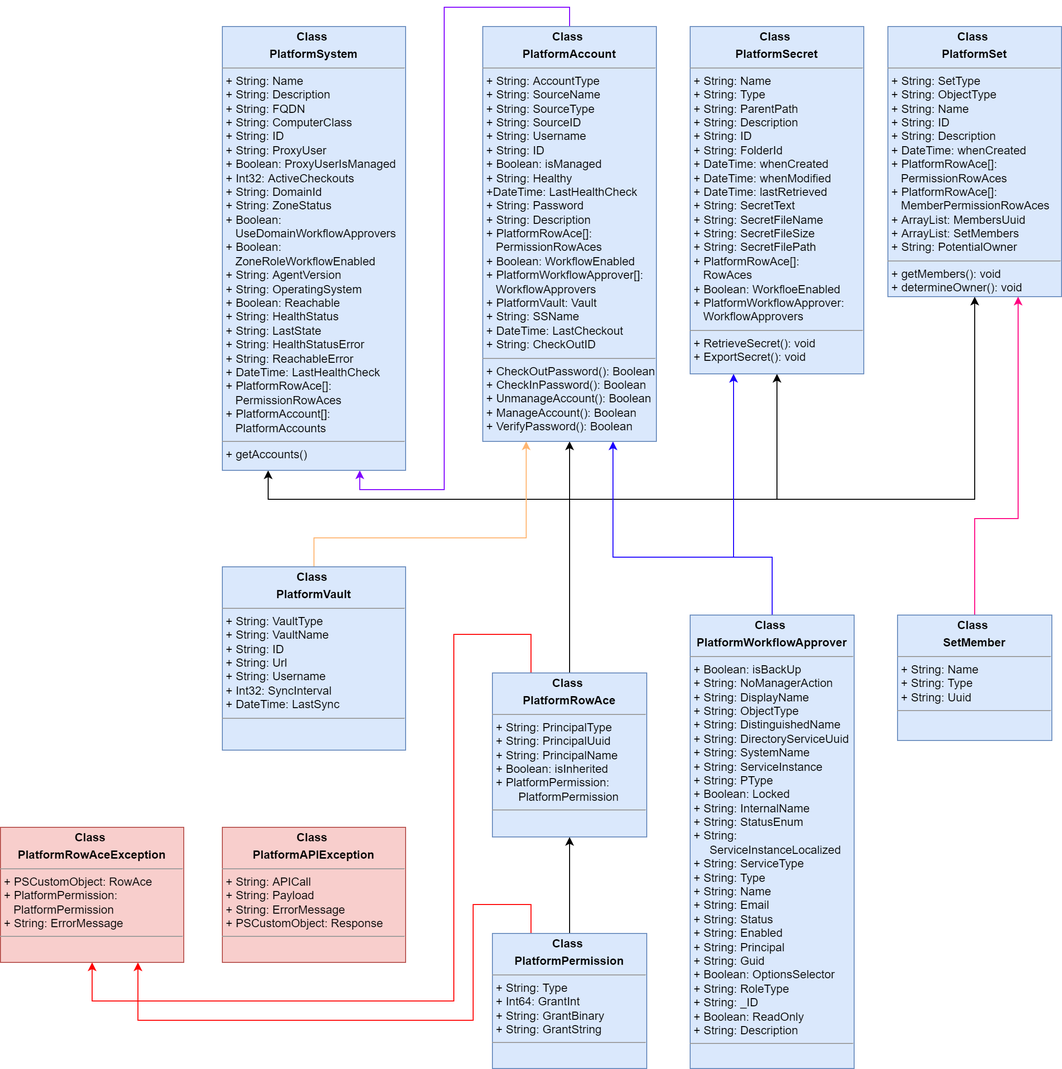
Above: PlatformPlusUML.png in dnlrv/PlatformPlus (draw.io), before the change. Source tidied: cells renumbered, new cells last; positions are measured from the earlier drawing's top-left corner, leaving out a move shared by most shapes.
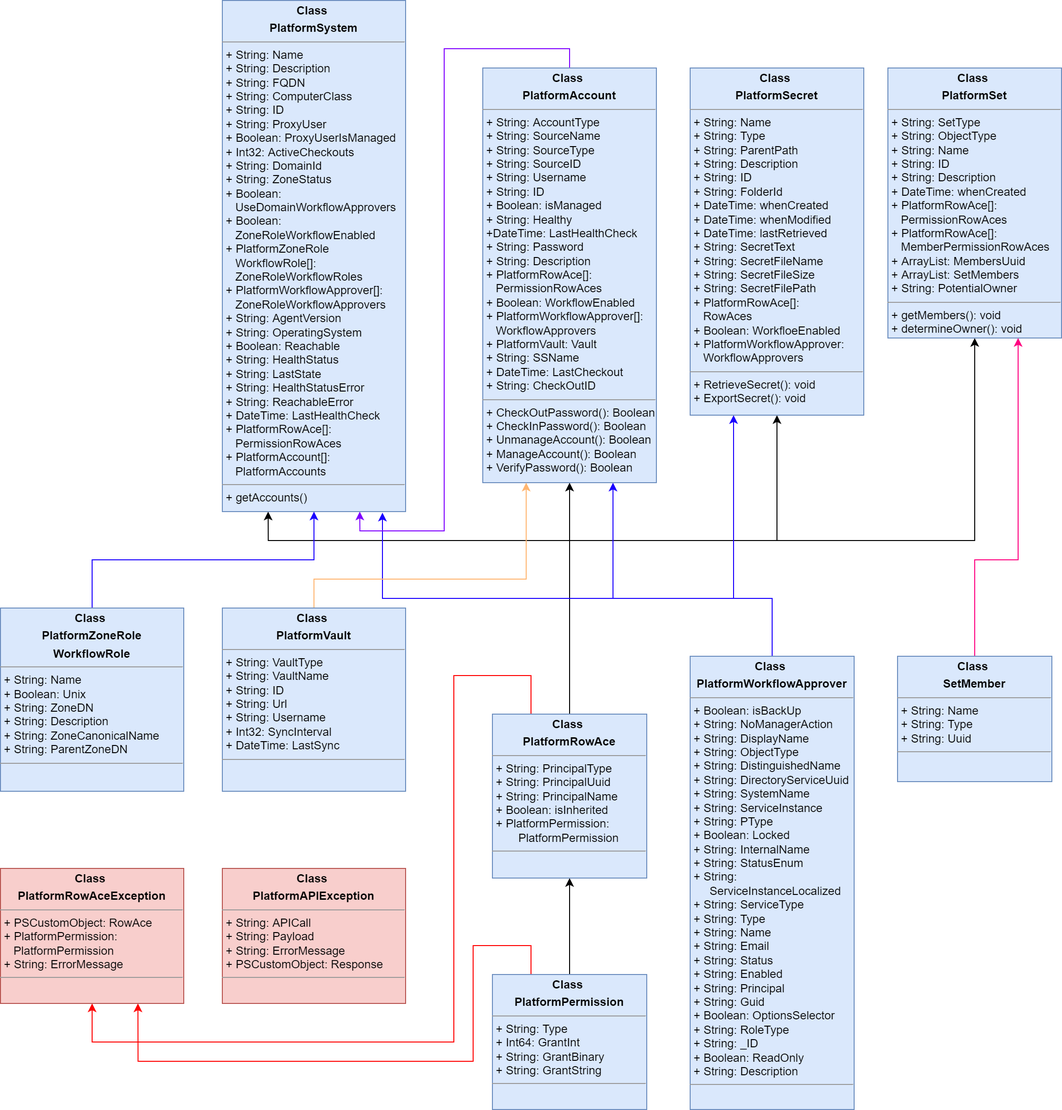
After the commit.

Commit message:
Added PlatformZoneRoleWorkflowRole class extended PlatformSystem class

Change to the diagram source:
```diff
@@ -74,6 +74,14 @@
         </Array>
       </mxGeometry>
     </mxCell>
+    <mxCell id="25" style="edgeStyle=orthogonalEdgeStyle;rounded=0;jettySize=auto;html=1;entryX=0.879;entryY=1.002;entryDx=0;entryDy=0;entryPerimeter=0;strokeColor=#1900FF;" parent="1" edge="1" source="13" target="22">
+      <mxGeometry relative="1" as="geometry">
+        <Array as="points">
+          <mxPoint x="800" y="570" />
+          <mxPoint x="396" y="570" />
+        </Array>
+      </mxGeometry>
+    </mxCell>
     <mxCell id="13" value="&lt;p style=&quot;margin: 0px ; margin-top: 4px ; text-align: center&quot;&gt;&lt;b&gt;Class&amp;nbsp;&lt;/b&gt;&lt;/p&gt;&lt;p style=&quot;margin: 0px ; margin-top: 4px ; text-align: center&quot;&gt;&lt;b&gt;PlatformWorkflowApprover&lt;/b&gt;&lt;/p&gt;&lt;hr size=&quot;1&quot;&gt;&lt;p style=&quot;margin: 0px ; margin-left: 4px&quot;&gt;+ Boolean: isBackUp&lt;br&gt;&lt;/p&gt;&lt;p style=&quot;margin: 0px ; margin-left: 4px&quot;&gt;+ String: NoManagerAction&lt;/p&gt;&lt;p style=&quot;margin: 0px ; margin-left: 4px&quot;&gt;+ String: DisplayName&lt;/p&gt;&lt;p style=&quot;margin: 0px ; margin-left: 4px&quot;&gt;+ String: ObjectType&lt;/p&gt;&lt;p style=&quot;margin: 0px ; margin-left: 4px&quot;&gt;+ String: DistinguishedName&lt;/p&gt;&lt;p style=&quot;margin: 0px ; margin-left: 4px&quot;&gt;+ String: DirectoryServiceUuid&lt;/p&gt;&lt;p style=&quot;margin: 0px ; margin-left: 4px&quot;&gt;+ String: SystemName&lt;/p&gt;&lt;p style=&quot;margin: 0px ; margin-left: 4px&quot;&gt;+ String: ServiceInstance&lt;/p&gt;&lt;p style=&quot;margin: 0px ; margin-left: 4px&quot;&gt;+ String: PType&lt;/p&gt;&lt;p style=&quot;margin: 0px ; margin-left: 4px&quot;&gt;+ Boolean: Locked&lt;/p&gt;&lt;p style=&quot;margin: 0px ; margin-left: 4px&quot;&gt;+ String: InternalName&lt;/p&gt;&lt;p style=&quot;margin: 0px ; margin-left: 4px&quot;&gt;+ String: StatusEnum&lt;/p&gt;&lt;p style=&quot;margin: 0px ; margin-left: 4px&quot;&gt;+ String:&amp;nbsp;&lt;/p&gt;&lt;p style=&quot;margin: 0px ; margin-left: 4px&quot;&gt;&amp;nbsp; &amp;nbsp; &amp;nbsp;ServiceInstanceLocalized&lt;/p&gt;&lt;p style=&quot;margin: 0px ; margin-left: 4px&quot;&gt;+ String: ServiceType&lt;/p&gt;&lt;p style=&quot;margin: 0px ; margin-left: 4px&quot;&gt;+ String: Type&lt;/p&gt;&lt;p style=&quot;margin: 0px ; margin-left: 4px&quot;&gt;+ String: Name&lt;/p&gt;&lt;p style=&quot;margin: 0px ; margin-left: 4px&quot;&gt;+ String: Email&lt;/p&gt;&lt;p style=&quot;margin: 0px ; margin-left: 4px&quot;&gt;+ String: Status&lt;/p&gt;&lt;p style=&quot;margin: 0px ; margin-left: 4px&quot;&gt;+ String: Enabled&lt;/p&gt;&lt;p style=&quot;margin: 0px ; margin-left: 4px&quot;&gt;+ String: Principal&lt;/p&gt;&lt;p style=&quot;margin: 0px ; margin-left: 4px&quot;&gt;+ String: Guid&lt;/p&gt;&lt;p style=&quot;margin: 0px ; margin-left: 4px&quot;&gt;+ Boolean: OptionsSelector&lt;/p&gt;&lt;p style=&quot;margin: 0px ; margin-left: 4px&quot;&gt;+ String: RoleType&lt;/p&gt;&lt;p style=&quot;margin: 0px ; margin-left: 4px&quot;&gt;+ String: _ID&lt;/p&gt;&lt;p style=&quot;margin: 0px ; margin-left: 4px&quot;&gt;+ Boolean: ReadOnly&lt;/p&gt;&lt;p style=&quot;margin: 0px ; margin-left: 4px&quot;&gt;+ String: Description&lt;/p&gt;&lt;hr size=&quot;1&quot;&gt;&lt;p style=&quot;margin: 0px ; margin-left: 4px&quot;&gt;&lt;br&gt;&lt;/p&gt;" style="verticalAlign=top;align=left;overflow=fill;fontSize=12;fontFamily=Helvetica;html=1;fillColor=#dae8fc;strokeColor=#6c8ebf;" parent="1" vertex="1">
       <mxGeometry x="715" y="630" width="170" height="470" as="geometry" />
     </mxCell>
@@ -118,8 +126,8 @@
     <mxCell id="21" value="&lt;p style=&quot;margin: 0px ; margin-top: 4px ; text-align: center&quot;&gt;&lt;b&gt;Class&amp;nbsp;&lt;/b&gt;&lt;/p&gt;&lt;p style=&quot;margin: 0px ; margin-top: 4px ; text-align: center&quot;&gt;&lt;b&gt;PlatformVault&lt;/b&gt;&lt;/p&gt;&lt;hr size=&quot;1&quot;&gt;&lt;p style=&quot;margin: 0px ; margin-left: 4px&quot;&gt;+ String: VaultType&lt;/p&gt;&lt;p style=&quot;margin: 0px ; margin-left: 4px&quot;&gt;+ String: VaultName&lt;/p&gt;&lt;p style=&quot;margin: 0px ; margin-left: 4px&quot;&gt;+ String: ID&lt;/p&gt;&lt;p style=&quot;margin: 0px ; margin-left: 4px&quot;&gt;+ String: Url&lt;/p&gt;&lt;p style=&quot;margin: 0px ; margin-left: 4px&quot;&gt;+ String: Username&lt;/p&gt;&lt;p style=&quot;margin: 0px ; margin-left: 4px&quot;&gt;+ Int32: SyncInterval&lt;/p&gt;&lt;p style=&quot;margin: 0px ; margin-left: 4px&quot;&gt;+ DateTime: LastSync&lt;/p&gt;&lt;hr size=&quot;1&quot;&gt;&lt;p style=&quot;margin: 0px ; margin-left: 4px&quot;&gt;&lt;br&gt;&lt;/p&gt;" style="verticalAlign=top;align=left;overflow=fill;fontSize=12;fontFamily=Helvetica;html=1;fillColor=#dae8fc;strokeColor=#6c8ebf;" parent="1" vertex="1">
       <mxGeometry x="230" y="580" width="190" height="190" as="geometry" />
     </mxCell>
-    <mxCell id="22" value="&lt;p style=&quot;margin: 0px ; margin-top: 4px ; text-align: center&quot;&gt;&lt;b&gt;Class&amp;nbsp;&lt;/b&gt;&lt;/p&gt;&lt;p style=&quot;margin: 0px ; margin-top: 4px ; text-align: center&quot;&gt;&lt;b&gt;PlatformSystem&lt;/b&gt;&lt;/p&gt;&lt;hr size=&quot;1&quot;&gt;&lt;p style=&quot;margin: 0px ; margin-left: 4px&quot;&gt;+ String: Name&lt;br&gt;&lt;/p&gt;&lt;p style=&quot;margin: 0px ; margin-left: 4px&quot;&gt;+ String: Description&lt;/p&gt;&lt;p style=&quot;margin: 0px ; margin-left: 4px&quot;&gt;+ String: FQDN&lt;/p&gt;&lt;p style=&quot;margin: 0px ; margin-left: 4px&quot;&gt;+ String: ComputerClass&lt;/p&gt;&lt;p style=&quot;margin: 0px ; margin-left: 4px&quot;&gt;+ String: ID&lt;/p&gt;&lt;p style=&quot;margin: 0px ; margin-left: 4px&quot;&gt;+ String: ProxyUser&lt;/p&gt;&lt;p style=&quot;margin: 0px ; margin-left: 4px&quot;&gt;+ Boolean: ProxyUserIsManaged&lt;/p&gt;&lt;p style=&quot;margin: 0px ; margin-left: 4px&quot;&gt;+ Int32: ActiveCheckouts&lt;/p&gt;&lt;p style=&quot;margin: 0px ; margin-left: 4px&quot;&gt;+ String: DomainId&lt;/p&gt;&lt;p style=&quot;margin: 0px ; margin-left: 4px&quot;&gt;+ String: ZoneStatus&lt;/p&gt;&lt;p style=&quot;margin: 0px ; margin-left: 4px&quot;&gt;+ Boolean:&amp;nbsp;&lt;/p&gt;&lt;p style=&quot;margin: 0px ; margin-left: 4px&quot;&gt;&amp;nbsp; &amp;nbsp;UseDomainWorkflowApprovers&lt;/p&gt;&lt;p style=&quot;margin: 0px ; margin-left: 4px&quot;&gt;+ Boolean:&lt;/p&gt;&lt;p style=&quot;margin: 0px ; margin-left: 4px&quot;&gt;&amp;nbsp; &amp;nbsp;ZoneRoleWorkflowEnabled&lt;/p&gt;&lt;p style=&quot;margin: 0px ; margin-left: 4px&quot;&gt;+ String: AgentVersion&lt;/p&gt;&lt;p style=&quot;margin: 0px ; margin-left: 4px&quot;&gt;+ String: OperatingSystem&lt;/p&gt;&lt;p style=&quot;margin: 0px ; margin-left: 4px&quot;&gt;+ Boolean: Reachable&lt;/p&gt;&lt;p style=&quot;margin: 0px ; margin-left: 4px&quot;&gt;+ String: HealthStatus&lt;/p&gt;&lt;p style=&quot;margin: 0px ; margin-left: 4px&quot;&gt;+ String: LastState&lt;/p&gt;&lt;p style=&quot;margin: 0px ; margin-left: 4px&quot;&gt;+ String: HealthStatusError&lt;/p&gt;&lt;p style=&quot;margin: 0px ; margin-left: 4px&quot;&gt;+ String: ReachableError&lt;/p&gt;&lt;p style=&quot;margin: 0px ; margin-left: 4px&quot;&gt;+ DateTime: LastHealthCheck&lt;/p&gt;&lt;p style=&quot;margin: 0px ; margin-left: 4px&quot;&gt;+ PlatformRowAce[]:&amp;nbsp;&lt;/p&gt;&lt;p style=&quot;margin: 0px ; margin-left: 4px&quot;&gt;&amp;nbsp; &amp;nbsp;PermissionRowAces&lt;/p&gt;&lt;p style=&quot;margin: 0px ; margin-left: 4px&quot;&gt;+ PlatformAccount[]:&lt;/p&gt;&lt;p style=&quot;margin: 0px ; margin-left: 4px&quot;&gt;&amp;nbsp; &amp;nbsp;PlatformAccounts&lt;/p&gt;&lt;hr size=&quot;1&quot;&gt;&lt;p style=&quot;margin: 0px ; margin-left: 4px&quot;&gt;+ getAccounts()&lt;/p&gt;" style="verticalAlign=top;align=left;overflow=fill;fontSize=12;fontFamily=Helvetica;html=1;fillColor=#dae8fc;strokeColor=#6c8ebf;" parent="1" vertex="1">
-      <mxGeometry x="230" y="20" width="190" height="460" as="geometry" />
+    <mxCell id="22" value="&lt;p style=&quot;margin: 0px ; margin-top: 4px ; text-align: center&quot;&gt;&lt;b&gt;Class&amp;nbsp;&lt;/b&gt;&lt;/p&gt;&lt;p style=&quot;margin: 0px ; margin-top: 4px ; text-align: center&quot;&gt;&lt;b&gt;PlatformSystem&lt;/b&gt;&lt;/p&gt;&lt;hr size=&quot;1&quot;&gt;&lt;p style=&quot;margin: 0px ; margin-left: 4px&quot;&gt;+ String: Name&lt;br&gt;&lt;/p&gt;&lt;p style=&quot;margin: 0px ; margin-left: 4px&quot;&gt;+ String: Description&lt;/p&gt;&lt;p style=&quot;margin: 0px ; margin-left: 4px&quot;&gt;+ String: FQDN&lt;/p&gt;&lt;p style=&quot;margin: 0px ; margin-left: 4px&quot;&gt;+ String: ComputerClass&lt;/p&gt;&lt;p style=&quot;margin: 0px ; margin-left: 4px&quot;&gt;+ String: ID&lt;/p&gt;&lt;p style=&quot;margin: 0px ; margin-left: 4px&quot;&gt;+ String: ProxyUser&lt;/p&gt;&lt;p style=&quot;margin: 0px ; margin-left: 4px&quot;&gt;+ Boolean: ProxyUserIsManaged&lt;/p&gt;&lt;p style=&quot;margin: 0px ; margin-left: 4px&quot;&gt;+ Int32: ActiveCheckouts&lt;/p&gt;&lt;p style=&quot;margin: 0px ; margin-left: 4px&quot;&gt;+ String: DomainId&lt;/p&gt;&lt;p style=&quot;margin: 0px ; margin-left: 4px&quot;&gt;+ String: ZoneStatus&lt;/p&gt;&lt;p style=&quot;margin: 0px ; margin-left: 4px&quot;&gt;+ Boolean:&amp;nbsp;&lt;/p&gt;&lt;p style=&quot;margin: 0px ; margin-left: 4px&quot;&gt;&amp;nbsp; &amp;nbsp;UseDomainWorkflowApprovers&lt;/p&gt;&lt;p style=&quot;margin: 0px ; margin-left: 4px&quot;&gt;+ Boolean:&lt;/p&gt;&lt;p style=&quot;margin: 0px ; margin-left: 4px&quot;&gt;&amp;nbsp; &amp;nbsp;ZoneRoleWorkflowEnabled&lt;/p&gt;&lt;p style=&quot;margin: 0px ; margin-left: 4px&quot;&gt;+ PlatformZoneRole&lt;/p&gt;&lt;p style=&quot;margin: 0px ; margin-left: 4px&quot;&gt;&amp;nbsp; &amp;nbsp;WorkflowRole[]:&lt;/p&gt;&lt;p style=&quot;margin: 0px ; margin-left: 4px&quot;&gt;&amp;nbsp; &amp;nbsp;ZoneRoleWorkflowRoles&lt;/p&gt;&lt;p style=&quot;margin: 0px ; margin-left: 4px&quot;&gt;+ PlatformWorkflowApprover[]:&lt;/p&gt;&lt;p style=&quot;margin: 0px ; margin-left: 4px&quot;&gt;&amp;nbsp; &amp;nbsp;ZoneRoleWorkflowApprovers&lt;/p&gt;&lt;p style=&quot;margin: 0px ; margin-left: 4px&quot;&gt;+ String: AgentVersion&lt;/p&gt;&lt;p style=&quot;margin: 0px ; margin-left: 4px&quot;&gt;+ String: OperatingSystem&lt;/p&gt;&lt;p style=&quot;margin: 0px ; margin-left: 4px&quot;&gt;+ Boolean: Reachable&lt;/p&gt;&lt;p style=&quot;margin: 0px ; margin-left: 4px&quot;&gt;+ String: HealthStatus&lt;/p&gt;&lt;p style=&quot;margin: 0px ; margin-left: 4px&quot;&gt;+ String: LastState&lt;/p&gt;&lt;p style=&quot;margin: 0px ; margin-left: 4px&quot;&gt;+ String: HealthStatusError&lt;/p&gt;&lt;p style=&quot;margin: 0px ; margin-left: 4px&quot;&gt;+ String: ReachableError&lt;/p&gt;&lt;p style=&quot;margin: 0px ; margin-left: 4px&quot;&gt;+ DateTime: LastHealthCheck&lt;/p&gt;&lt;p style=&quot;margin: 0px ; margin-left: 4px&quot;&gt;+ PlatformRowAce[]:&amp;nbsp;&lt;/p&gt;&lt;p style=&quot;margin: 0px ; margin-left: 4px&quot;&gt;&amp;nbsp; &amp;nbsp;PermissionRowAces&lt;/p&gt;&lt;p style=&quot;margin: 0px ; margin-left: 4px&quot;&gt;+ PlatformAccount[]:&lt;/p&gt;&lt;p style=&quot;margin: 0px ; margin-left: 4px&quot;&gt;&amp;nbsp; &amp;nbsp;PlatformAccounts&lt;/p&gt;&lt;hr size=&quot;1&quot;&gt;&lt;p style=&quot;margin: 0px ; margin-left: 4px&quot;&gt;+ getAccounts()&lt;/p&gt;" style="verticalAlign=top;align=left;overflow=fill;fontSize=12;fontFamily=Helvetica;html=1;fillColor=#dae8fc;strokeColor=#6c8ebf;" parent="1" vertex="1">
+      <mxGeometry x="230" y="-50" width="190" height="530" as="geometry" />
     </mxCell>
     <mxCell id="23" value="&lt;p style=&quot;margin: 0px ; margin-top: 4px ; text-align: center&quot;&gt;&lt;b&gt;Class&amp;nbsp;&lt;/b&gt;&lt;/p&gt;&lt;p style=&quot;margin: 0px ; margin-top: 4px ; text-align: center&quot;&gt;&lt;b&gt;PlatformRowAceException&lt;/b&gt;&lt;/p&gt;&lt;hr size=&quot;1&quot;&gt;&lt;p style=&quot;margin: 0px ; margin-left: 4px&quot;&gt;+ PSCustomObject: RowAce&lt;/p&gt;&lt;p style=&quot;margin: 0px ; margin-left: 4px&quot;&gt;+ PlatformPermission:&lt;/p&gt;&lt;p style=&quot;margin: 0px ; margin-left: 4px&quot;&gt;&amp;nbsp; &amp;nbsp;PlatformPermission&lt;/p&gt;&lt;p style=&quot;margin: 0px ; margin-left: 4px&quot;&gt;+ String: ErrorMessage&lt;/p&gt;&lt;hr size=&quot;1&quot;&gt;&lt;p style=&quot;margin: 0px ; margin-left: 4px&quot;&gt;&lt;br&gt;&lt;/p&gt;" style="verticalAlign=top;align=left;overflow=fill;fontSize=12;fontFamily=Helvetica;html=1;fillColor=#f8cecc;strokeColor=#b85450;" parent="1" vertex="1">
       <mxGeometry y="850" width="190" height="140" as="geometry" />
@@ -127,5 +135,16 @@
     <mxCell id="24" value="&lt;p style=&quot;margin: 0px ; margin-top: 4px ; text-align: center&quot;&gt;&lt;b&gt;Class&amp;nbsp;&lt;/b&gt;&lt;/p&gt;&lt;p style=&quot;margin: 0px ; margin-top: 4px ; text-align: center&quot;&gt;&lt;b&gt;PlatformAPIException&lt;/b&gt;&lt;/p&gt;&lt;hr size=&quot;1&quot;&gt;&lt;p style=&quot;margin: 0px ; margin-left: 4px&quot;&gt;+ String: APICall&lt;br&gt;&lt;/p&gt;&lt;p style=&quot;margin: 0px ; margin-left: 4px&quot;&gt;+ String: Payload&lt;/p&gt;&lt;p style=&quot;margin: 0px ; margin-left: 4px&quot;&gt;+ String: ErrorMessage&lt;/p&gt;&lt;p style=&quot;margin: 0px ; margin-left: 4px&quot;&gt;+ PSCustomObject: Response&lt;/p&gt;&lt;hr size=&quot;1&quot;&gt;&lt;p style=&quot;margin: 0px ; margin-left: 4px&quot;&gt;&lt;br&gt;&lt;/p&gt;" style="verticalAlign=top;align=left;overflow=fill;fontSize=12;fontFamily=Helvetica;html=1;fillColor=#f8cecc;strokeColor=#b85450;" parent="1" vertex="1">
       <mxGeometry x="230" y="850" width="190" height="140" as="geometry" />
     </mxCell>
+    <mxCell id="26" style="edgeStyle=orthogonalEdgeStyle;rounded=0;jettySize=auto;html=1;entryX=0.5;entryY=1;entryDx=0;entryDy=0;strokeColor=#1900FF;" parent="1" edge="1" source="27" target="22">
+      <mxGeometry relative="1" as="geometry">
+        <Array as="points">
+          <mxPoint x="95" y="530" />
+          <mxPoint x="325" y="530" />
+        </Array>
+      </mxGeometry>
+    </mxCell>
+    <mxCell id="27" value="&lt;p style=&quot;margin: 0px ; margin-top: 4px ; text-align: center&quot;&gt;&lt;b&gt;Class&amp;nbsp;&lt;/b&gt;&lt;/p&gt;&lt;p style=&quot;margin: 0px ; margin-top: 4px ; text-align: center&quot;&gt;&lt;b&gt;PlatformZoneRole&lt;/b&gt;&lt;/p&gt;&lt;p style=&quot;margin: 0px ; margin-top: 4px ; text-align: center&quot;&gt;&lt;b&gt;WorkflowRole&lt;/b&gt;&lt;/p&gt;&lt;hr size=&quot;1&quot;&gt;&lt;p style=&quot;margin: 0px ; margin-left: 4px&quot;&gt;+ String: Name&lt;/p&gt;&lt;p style=&quot;margin: 0px ; margin-left: 4px&quot;&gt;+ Boolean: Unix&lt;/p&gt;&lt;p style=&quot;margin: 0px ; margin-left: 4px&quot;&gt;+ String: ZoneDN&lt;/p&gt;&lt;p style=&quot;margin: 0px ; margin-left: 4px&quot;&gt;+ String: Description&lt;/p&gt;&lt;p style=&quot;margin: 0px ; margin-left: 4px&quot;&gt;+ String: ZoneCanonicalName&lt;/p&gt;&lt;p style=&quot;margin: 0px ; margin-left: 4px&quot;&gt;+ String: ParentZoneDN&lt;/p&gt;&lt;hr size=&quot;1&quot;&gt;&lt;p style=&quot;margin: 0px ; margin-left: 4px&quot;&gt;&lt;br&gt;&lt;/p&gt;" style="verticalAlign=top;align=left;overflow=fill;fontSize=12;fontFamily=Helvetica;html=1;fillColor=#dae8fc;strokeColor=#6c8ebf;" parent="1" vertex="1">
+      <mxGeometry y="580" width="190" height="190" as="geometry" />
+    </mxCell>
   </root>
 </mxGraphModel>
```
